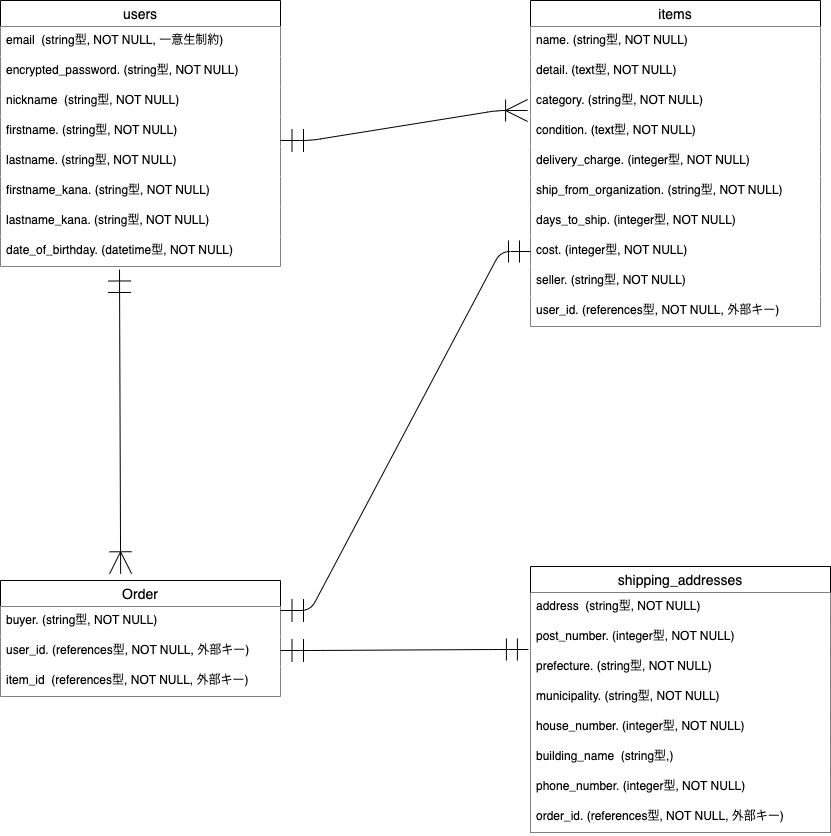
Before: furima.png, a diagram exported from draw.io (konigorikun/furima-39104). Source tidied: cells renumbered, new cells last; positions are measured from the earlier drawing's top-left corner, leaving out a move shared by most shapes. The source it was exported from:
```xml
<mxGraphModel>
  <root>
    <mxCell id="0" />
    <mxCell id="1" parent="0" />
    <mxCell id="2" value="users" style="swimlane;fontStyle=0;horizontal=1;startSize=26;align=center;fontSize=14;" parent="1" vertex="1">
      <mxGeometry width="280" height="266" as="geometry" />
    </mxCell>
    <mxCell id="3" value="email  (string型, NOT NULL, 一意生制約)" style="text;strokeColor=none;fillColor=default;spacingLeft=4;spacingRight=4;overflow=hidden;fontSize=12;" parent="2" vertex="1">
      <mxGeometry y="26" width="280" height="30" as="geometry" />
    </mxCell>
    <mxCell id="4" value="encrypted_password. (string型, NOT NULL)" style="text;strokeColor=none;fillColor=default;spacingLeft=4;spacingRight=4;overflow=hidden;fontSize=12;" parent="2" vertex="1">
      <mxGeometry y="56" width="280" height="30" as="geometry" />
    </mxCell>
    <mxCell id="5" value="nickname  (string型, NOT NULL)" style="text;strokeColor=none;fillColor=default;spacingLeft=4;spacingRight=4;overflow=hidden;fontSize=12;" parent="2" vertex="1">
      <mxGeometry y="86" width="280" height="30" as="geometry" />
    </mxCell>
    <mxCell id="6" value="firstname. (string型, NOT NULL)" style="text;strokeColor=none;fillColor=default;spacingLeft=4;spacingRight=4;overflow=hidden;fontSize=12;" parent="2" vertex="1">
      <mxGeometry y="116" width="280" height="30" as="geometry" />
    </mxCell>
    <mxCell id="7" value="lastname. (string型, NOT NULL)" style="text;strokeColor=none;fillColor=default;spacingLeft=4;spacingRight=4;overflow=hidden;fontSize=12;" parent="2" vertex="1">
      <mxGeometry y="146" width="280" height="30" as="geometry" />
    </mxCell>
    <mxCell id="8" value="firstname_kana. (string型, NOT NULL)" style="text;strokeColor=none;fillColor=default;spacingLeft=4;spacingRight=4;overflow=hidden;fontSize=12;" parent="2" vertex="1">
      <mxGeometry y="176" width="280" height="30" as="geometry" />
    </mxCell>
    <mxCell id="9" value="lastname_kana. (string型, NOT NULL)" style="text;strokeColor=none;fillColor=default;spacingLeft=4;spacingRight=4;overflow=hidden;fontSize=12;" parent="2" vertex="1">
      <mxGeometry y="206" width="280" height="30" as="geometry" />
    </mxCell>
    <mxCell id="10" value="date_of_birthday. (datetime型, NOT NULL)" style="text;strokeColor=none;fillColor=default;spacingLeft=4;spacingRight=4;overflow=hidden;points=[[0,0.5],[1,0.5]];portConstraint=eastwest;fontSize=12;" parent="2" vertex="1">
      <mxGeometry y="236" width="280" height="30" as="geometry" />
    </mxCell>
    <mxCell id="11" value="items" style="swimlane;fontStyle=0;horizontal=1;startSize=26;align=center;fontSize=14;" parent="1" vertex="1">
      <mxGeometry x="530" width="290" height="326" as="geometry" />
    </mxCell>
    <mxCell id="12" value="name. (string型, NOT NULL)" style="text;strokeColor=none;fillColor=default;spacingLeft=4;spacingRight=4;overflow=hidden;fontSize=12;" parent="11" vertex="1">
      <mxGeometry y="26" width="290" height="30" as="geometry" />
    </mxCell>
    <mxCell id="13" value="detail. (text型, NOT NULL)" style="text;strokeColor=none;fillColor=default;spacingLeft=4;spacingRight=4;overflow=hidden;fontSize=12;" parent="11" vertex="1">
      <mxGeometry y="56" width="290" height="30" as="geometry" />
    </mxCell>
    <mxCell id="14" value="category. (string型, NOT NULL)" style="text;strokeColor=none;fillColor=default;spacingLeft=4;spacingRight=4;overflow=hidden;points=[[0,0.5],[1,0.5]];portConstraint=eastwest;fontSize=12;" parent="11" vertex="1">
      <mxGeometry y="86" width="290" height="30" as="geometry" />
    </mxCell>
    <mxCell id="15" value="condition. (text型, NOT NULL)" style="text;strokeColor=none;fillColor=default;spacingLeft=4;spacingRight=4;overflow=hidden;fontSize=12;" parent="11" vertex="1">
      <mxGeometry y="116" width="290" height="30" as="geometry" />
    </mxCell>
    <mxCell id="16" value="delivery_charge. (integer型, NOT NULL)" style="text;strokeColor=none;fillColor=default;spacingLeft=4;spacingRight=4;overflow=hidden;fontSize=12;" parent="11" vertex="1">
      <mxGeometry y="146" width="290" height="30" as="geometry" />
    </mxCell>
    <mxCell id="17" value="ship_from_organization. (string型, NOT NULL)" style="text;strokeColor=none;fillColor=default;spacingLeft=4;spacingRight=4;overflow=hidden;fontSize=12;" parent="11" vertex="1">
      <mxGeometry y="176" width="290" height="30" as="geometry" />
    </mxCell>
    <mxCell id="18" value="days_to_ship. (integer型, NOT NULL)" style="text;strokeColor=none;fillColor=default;spacingLeft=4;spacingRight=4;overflow=hidden;fontSize=12;" parent="11" vertex="1">
      <mxGeometry y="206" width="290" height="30" as="geometry" />
    </mxCell>
    <mxCell id="19" value="cost. (integer型, NOT NULL)" style="text;strokeColor=none;fillColor=default;spacingLeft=4;spacingRight=4;overflow=hidden;points=[[0,0.5],[1,0.5]];portConstraint=eastwest;fontSize=12;" parent="11" vertex="1">
      <mxGeometry y="236" width="290" height="30" as="geometry" />
    </mxCell>
    <mxCell id="20" value="seller. (string型, NOT NULL)" style="text;strokeColor=none;fillColor=default;spacingLeft=4;spacingRight=4;overflow=hidden;fontSize=12;" parent="11" vertex="1">
      <mxGeometry y="266" width="290" height="30" as="geometry" />
    </mxCell>
    <mxCell id="21" value="user_id. (references型, NOT NULL, 外部キー)" style="text;strokeColor=none;fillColor=default;spacingLeft=4;spacingRight=4;overflow=hidden;fontSize=12;" parent="11" vertex="1">
      <mxGeometry y="296" width="290" height="30" as="geometry" />
    </mxCell>
    <mxCell id="22" value="Order" style="swimlane;fontStyle=0;horizontal=1;startSize=26;align=center;fontSize=14;" parent="1" vertex="1">
      <mxGeometry y="580" width="280" height="116" as="geometry" />
    </mxCell>
    <mxCell id="23" value="buyer. (string型, NOT NULL)" style="text;strokeColor=none;fillColor=default;spacingLeft=4;spacingRight=4;overflow=hidden;fontSize=12;" parent="22" vertex="1">
      <mxGeometry y="26" width="280" height="30" as="geometry" />
    </mxCell>
    <mxCell id="24" value="user_id. (references型, NOT NULL, 外部キー)" style="text;strokeColor=none;fillColor=default;spacingLeft=4;spacingRight=4;overflow=hidden;fontSize=12;" parent="22" vertex="1">
      <mxGeometry y="56" width="280" height="30" as="geometry" />
    </mxCell>
    <mxCell id="25" value="item_id  (references型, NOT NULL, 外部キー)" style="text;strokeColor=none;fillColor=default;spacingLeft=4;spacingRight=4;overflow=hidden;fontSize=12;" parent="22" vertex="1">
      <mxGeometry y="86" width="280" height="30" as="geometry" />
    </mxCell>
    <mxCell id="26" value="shipping_addresses" style="swimlane;fontStyle=0;horizontal=1;startSize=26;align=center;fontSize=14;" parent="1" vertex="1">
      <mxGeometry x="530" y="566" width="300" height="266" as="geometry" />
    </mxCell>
    <mxCell id="27" value="address  (string型, NOT NULL)" style="text;strokeColor=none;fillColor=default;spacingLeft=4;spacingRight=4;overflow=hidden;fontSize=12;labelBackgroundColor=none;" parent="26" vertex="1">
      <mxGeometry y="26" width="300" height="30" as="geometry" />
    </mxCell>
    <mxCell id="28" value="post_number. (integer型, NOT NULL)" style="text;strokeColor=none;fillColor=default;spacingLeft=4;spacingRight=4;overflow=hidden;points=[[0,0.5],[1,0.5]];portConstraint=eastwest;fontSize=12;" parent="26" vertex="1">
      <mxGeometry y="56" width="300" height="30" as="geometry" />
    </mxCell>
    <mxCell id="29" value="prefecture. (string型, NOT NULL)" style="text;strokeColor=none;fillColor=default;spacingLeft=4;spacingRight=4;overflow=hidden;fontSize=12;" parent="26" vertex="1">
      <mxGeometry y="86" width="300" height="30" as="geometry" />
    </mxCell>
    <mxCell id="30" value="municipality. (string型, NOT NULL)" style="text;strokeColor=none;fillColor=default;spacingLeft=4;spacingRight=4;overflow=hidden;fontSize=12;" parent="26" vertex="1">
      <mxGeometry y="116" width="300" height="30" as="geometry" />
    </mxCell>
    <mxCell id="31" value="house_number. (integer型, NOT NULL)" style="text;strokeColor=none;fillColor=default;spacingLeft=4;spacingRight=4;overflow=hidden;fontSize=12;" parent="26" vertex="1">
      <mxGeometry y="146" width="300" height="30" as="geometry" />
    </mxCell>
    <mxCell id="32" value="building_name  (string型,)" style="text;strokeColor=none;fillColor=default;spacingLeft=4;spacingRight=4;overflow=hidden;fontSize=12;" parent="26" vertex="1">
      <mxGeometry y="176" width="300" height="30" as="geometry" />
    </mxCell>
    <mxCell id="33" value="phone_number. (integer型, NOT NULL)" style="text;strokeColor=none;fillColor=default;spacingLeft=4;spacingRight=4;overflow=hidden;fontSize=12;" parent="26" vertex="1">
      <mxGeometry y="206" width="300" height="30" as="geometry" />
    </mxCell>
    <mxCell id="34" value="order_id. (references型, NOT NULL, 外部キー)" style="text;strokeColor=none;fillColor=default;spacingLeft=4;spacingRight=4;overflow=hidden;fontSize=12;" parent="26" vertex="1">
      <mxGeometry y="236" width="300" height="30" as="geometry" />
    </mxCell>
    <mxCell id="35" style="edgeStyle=entityRelationEdgeStyle;fontSize=12;html=1;endArrow=ERoneToMany;startArrow=ERmandOne;startSize=21;endSize=20;targetPerimeterSpacing=0;entryX=-0.01;entryY=0.8;entryDx=0;entryDy=0;entryPerimeter=0;" parent="1" edge="1" target="14">
      <mxGeometry relative="1" as="geometry">
        <mxPoint x="280" y="140" as="sourcePoint" />
      </mxGeometry>
    </mxCell>
    <mxCell id="36" style="fontSize=12;html=1;endArrow=ERoneToMany;startArrow=ERmandOne;startSize=21;endSize=20;targetPerimeterSpacing=0;exitX=0.425;exitY=1.1;exitDx=0;exitDy=0;exitPerimeter=0;entryX=0.429;entryY=-0.058;entryDx=0;entryDy=0;entryPerimeter=0;" parent="1" edge="1" source="10" target="22">
      <mxGeometry relative="1" as="geometry" />
    </mxCell>
    <mxCell id="37" style="edgeStyle=entityRelationEdgeStyle;fontSize=12;html=1;endArrow=ERmandOne;startArrow=ERmandOne;startSize=21;endSize=20;targetPerimeterSpacing=0;entryX=0;entryY=0.5;entryDx=0;entryDy=0;" parent="1" edge="1" target="19">
      <mxGeometry relative="1" as="geometry">
        <mxPoint x="280" y="610" as="sourcePoint" />
      </mxGeometry>
    </mxCell>
    <mxCell id="38" style="edgeStyle=entityRelationEdgeStyle;fontSize=12;html=1;endArrow=ERmandOne;startArrow=ERmandOne;startSize=21;endSize=20;targetPerimeterSpacing=0;entryX=-0.007;entryY=0.9;entryDx=0;entryDy=0;entryPerimeter=0;" parent="1" edge="1" target="28">
      <mxGeometry relative="1" as="geometry">
        <mxPoint x="280" y="650" as="sourcePoint" />
      </mxGeometry>
    </mxCell>
  </root>
</mxGraphModel>
```
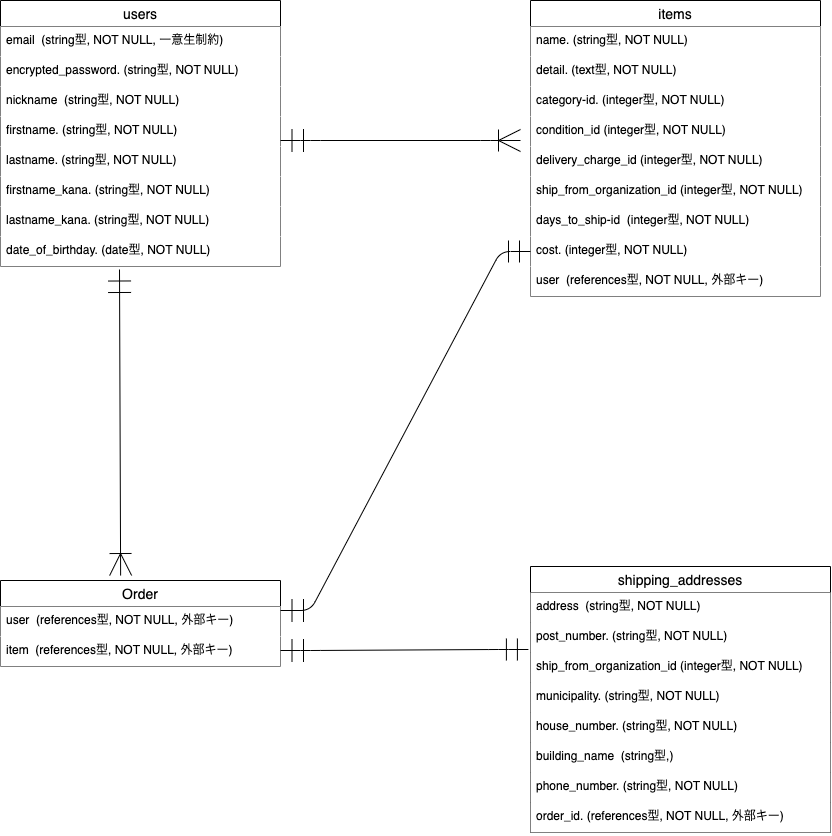
After the change.

Change to the diagram source:
```diff
@@ -26,11 +26,11 @@
     <mxCell id="9" value="lastname_kana. (string型, NOT NULL)" style="text;strokeColor=none;fillColor=default;spacingLeft=4;spacingRight=4;overflow=hidden;fontSize=12;" parent="2" vertex="1">
       <mxGeometry y="206" width="280" height="30" as="geometry" />
     </mxCell>
-    <mxCell id="10" value="date_of_birthday. (datetime型, NOT NULL)" style="text;strokeColor=none;fillColor=default;spacingLeft=4;spacingRight=4;overflow=hidden;points=[[0,0.5],[1,0.5]];portConstraint=eastwest;fontSize=12;" parent="2" vertex="1">
+    <mxCell id="10" value="date_of_birthday. (date型, NOT NULL)" style="text;strokeColor=none;fillColor=default;spacingLeft=4;spacingRight=4;overflow=hidden;points=[[0,0.5],[1,0.5]];portConstraint=eastwest;fontSize=12;" parent="2" vertex="1">
       <mxGeometry y="236" width="280" height="30" as="geometry" />
     </mxCell>
     <mxCell id="11" value="items" style="swimlane;fontStyle=0;horizontal=1;startSize=26;align=center;fontSize=14;" parent="1" vertex="1">
-      <mxGeometry x="530" width="290" height="326" as="geometry" />
+      <mxGeometry x="530" width="290" height="296" as="geometry" />
     </mxCell>
     <mxCell id="12" value="name. (string型, NOT NULL)" style="text;strokeColor=none;fillColor=default;spacingLeft=4;spacingRight=4;overflow=hidden;fontSize=12;" parent="11" vertex="1">
       <mxGeometry y="26" width="290" height="30" as="geometry" />
@@ -38,41 +38,35 @@
     <mxCell id="13" value="detail. (text型, NOT NULL)" style="text;strokeColor=none;fillColor=default;spacingLeft=4;spacingRight=4;overflow=hidden;fontSize=12;" parent="11" vertex="1">
       <mxGeometry y="56" width="290" height="30" as="geometry" />
     </mxCell>
-    <mxCell id="14" value="category. (string型, NOT NULL)" style="text;strokeColor=none;fillColor=default;spacingLeft=4;spacingRight=4;overflow=hidden;points=[[0,0.5],[1,0.5]];portConstraint=eastwest;fontSize=12;" parent="11" vertex="1">
+    <mxCell id="14" value="category-id. (integer型, NOT NULL)" style="text;strokeColor=none;fillColor=default;spacingLeft=4;spacingRight=4;overflow=hidden;points=[[0,0.5],[1,0.5]];portConstraint=eastwest;fontSize=12;" parent="11" vertex="1">
       <mxGeometry y="86" width="290" height="30" as="geometry" />
     </mxCell>
-    <mxCell id="15" value="condition. (text型, NOT NULL)" style="text;strokeColor=none;fillColor=default;spacingLeft=4;spacingRight=4;overflow=hidden;fontSize=12;" parent="11" vertex="1">
+    <mxCell id="15" value="condition_id (integer型, NOT NULL)" style="text;strokeColor=none;fillColor=default;spacingLeft=4;spacingRight=4;overflow=hidden;fontSize=12;" parent="11" vertex="1">
       <mxGeometry y="116" width="290" height="30" as="geometry" />
     </mxCell>
-    <mxCell id="16" value="delivery_charge. (integer型, NOT NULL)" style="text;strokeColor=none;fillColor=default;spacingLeft=4;spacingRight=4;overflow=hidden;fontSize=12;" parent="11" vertex="1">
+    <mxCell id="16" value="delivery_charge_id (integer型, NOT NULL)" style="text;strokeColor=none;fillColor=default;spacingLeft=4;spacingRight=4;overflow=hidden;fontSize=12;" parent="11" vertex="1">
       <mxGeometry y="146" width="290" height="30" as="geometry" />
     </mxCell>
-    <mxCell id="17" value="ship_from_organization. (string型, NOT NULL)" style="text;strokeColor=none;fillColor=default;spacingLeft=4;spacingRight=4;overflow=hidden;fontSize=12;" parent="11" vertex="1">
+    <mxCell id="17" value="ship_from_organization_id (integer型, NOT NULL)" style="text;strokeColor=none;fillColor=default;spacingLeft=4;spacingRight=4;overflow=hidden;fontSize=12;" parent="11" vertex="1">
       <mxGeometry y="176" width="290" height="30" as="geometry" />
     </mxCell>
-    <mxCell id="18" value="days_to_ship. (integer型, NOT NULL)" style="text;strokeColor=none;fillColor=default;spacingLeft=4;spacingRight=4;overflow=hidden;fontSize=12;" parent="11" vertex="1">
+    <mxCell id="18" value="days_to_ship-id  (integer型, NOT NULL)" style="text;strokeColor=none;fillColor=default;spacingLeft=4;spacingRight=4;overflow=hidden;fontSize=12;" parent="11" vertex="1">
       <mxGeometry y="206" width="290" height="30" as="geometry" />
     </mxCell>
     <mxCell id="19" value="cost. (integer型, NOT NULL)" style="text;strokeColor=none;fillColor=default;spacingLeft=4;spacingRight=4;overflow=hidden;points=[[0,0.5],[1,0.5]];portConstraint=eastwest;fontSize=12;" parent="11" vertex="1">
       <mxGeometry y="236" width="290" height="30" as="geometry" />
     </mxCell>
-    <mxCell id="20" value="seller. (string型, NOT NULL)" style="text;strokeColor=none;fillColor=default;spacingLeft=4;spacingRight=4;overflow=hidden;fontSize=12;" parent="11" vertex="1">
-      <mxGeometry y="266" width="290" height="30" as="geometry" />
-    </mxCell>
-    <mxCell id="21" value="user_id. (references型, NOT NULL, 外部キー)" style="text;strokeColor=none;fillColor=default;spacingLeft=4;spacingRight=4;overflow=hidden;fontSize=12;" parent="11" vertex="1">
-      <mxGeometry y="296" width="290" height="30" as="geometry" />
+    <mxCell id="21" value="user  (references型, NOT NULL, 外部キー)" style="text;strokeColor=none;fillColor=default;spacingLeft=4;spacingRight=4;overflow=hidden;fontSize=12;" parent="11" vertex="1">
+      <mxGeometry y="266" width="290" height="30" as="geometry" />
     </mxCell>
     <mxCell id="22" value="Order" style="swimlane;fontStyle=0;horizontal=1;startSize=26;align=center;fontSize=14;" parent="1" vertex="1">
-      <mxGeometry y="580" width="280" height="116" as="geometry" />
+      <mxGeometry y="580" width="280" height="86" as="geometry" />
     </mxCell>
-    <mxCell id="23" value="buyer. (string型, NOT NULL)" style="text;strokeColor=none;fillColor=default;spacingLeft=4;spacingRight=4;overflow=hidden;fontSize=12;" parent="22" vertex="1">
-      <mxGeometry y="26" width="280" height="30" as="geometry" />
-    </mxCell>
-    <mxCell id="24" value="user_id. (references型, NOT NULL, 外部キー)" style="text;strokeColor=none;fillColor=default;spacingLeft=4;spacingRight=4;overflow=hidden;fontSize=12;" parent="22" vertex="1">
-      <mxGeometry y="56" width="280" height="30" as="geometry" />
+    <mxCell id="24" value="user  (references型, NOT NULL, 外部キー)" style="text;strokeColor=none;fillColor=default;spacingLeft=4;spacingRight=4;overflow=hidden;fontSize=12;" parent="22" vertex="1">
+      <mxGeometry y="26" width="280" height="30" as="geometry" />
     </mxCell>
-    <mxCell id="25" value="item_id  (references型, NOT NULL, 外部キー)" style="text;strokeColor=none;fillColor=default;spacingLeft=4;spacingRight=4;overflow=hidden;fontSize=12;" parent="22" vertex="1">
-      <mxGeometry y="86" width="280" height="30" as="geometry" />
+    <mxCell id="25" value="item  (references型, NOT NULL, 外部キー)" style="text;strokeColor=none;fillColor=default;spacingLeft=4;spacingRight=4;overflow=hidden;fontSize=12;" parent="22" vertex="1">
+      <mxGeometry y="56" width="280" height="30" as="geometry" />
     </mxCell>
     <mxCell id="26" value="shipping_addresses" style="swimlane;fontStyle=0;horizontal=1;startSize=26;align=center;fontSize=14;" parent="1" vertex="1">
       <mxGeometry x="530" y="566" width="300" height="266" as="geometry" />
@@ -80,30 +74,31 @@
     <mxCell id="27" value="address  (string型, NOT NULL)" style="text;strokeColor=none;fillColor=default;spacingLeft=4;spacingRight=4;overflow=hidden;fontSize=12;labelBackgroundColor=none;" parent="26" vertex="1">
       <mxGeometry y="26" width="300" height="30" as="geometry" />
     </mxCell>
-    <mxCell id="28" value="post_number. (integer型, NOT NULL)" style="text;strokeColor=none;fillColor=default;spacingLeft=4;spacingRight=4;overflow=hidden;points=[[0,0.5],[1,0.5]];portConstraint=eastwest;fontSize=12;" parent="26" vertex="1">
+    <mxCell id="28" value="post_number. (string型, NOT NULL)" style="text;strokeColor=none;fillColor=default;spacingLeft=4;spacingRight=4;overflow=hidden;points=[[0,0.5],[1,0.5]];portConstraint=eastwest;fontSize=12;" parent="26" vertex="1">
       <mxGeometry y="56" width="300" height="30" as="geometry" />
     </mxCell>
-    <mxCell id="29" value="prefecture. (string型, NOT NULL)" style="text;strokeColor=none;fillColor=default;spacingLeft=4;spacingRight=4;overflow=hidden;fontSize=12;" parent="26" vertex="1">
+    <mxCell id="29" value="ship_from_organization_id (integer型, NOT NULL)" style="text;strokeColor=none;fillColor=default;spacingLeft=4;spacingRight=4;overflow=hidden;fontSize=12;" parent="26" vertex="1">
       <mxGeometry y="86" width="300" height="30" as="geometry" />
     </mxCell>
     <mxCell id="30" value="municipality. (string型, NOT NULL)" style="text;strokeColor=none;fillColor=default;spacingLeft=4;spacingRight=4;overflow=hidden;fontSize=12;" parent="26" vertex="1">
       <mxGeometry y="116" width="300" height="30" as="geometry" />
     </mxCell>
-    <mxCell id="31" value="house_number. (integer型, NOT NULL)" style="text;strokeColor=none;fillColor=default;spacingLeft=4;spacingRight=4;overflow=hidden;fontSize=12;" parent="26" vertex="1">
+    <mxCell id="31" value="house_number. (string型, NOT NULL)" style="text;strokeColor=none;fillColor=default;spacingLeft=4;spacingRight=4;overflow=hidden;fontSize=12;" parent="26" vertex="1">
       <mxGeometry y="146" width="300" height="30" as="geometry" />
     </mxCell>
     <mxCell id="32" value="building_name  (string型,)" style="text;strokeColor=none;fillColor=default;spacingLeft=4;spacingRight=4;overflow=hidden;fontSize=12;" parent="26" vertex="1">
       <mxGeometry y="176" width="300" height="30" as="geometry" />
     </mxCell>
-    <mxCell id="33" value="phone_number. (integer型, NOT NULL)" style="text;strokeColor=none;fillColor=default;spacingLeft=4;spacingRight=4;overflow=hidden;fontSize=12;" parent="26" vertex="1">
+    <mxCell id="33" value="phone_number. (string型, NOT NULL)" style="text;strokeColor=none;fillColor=default;spacingLeft=4;spacingRight=4;overflow=hidden;fontSize=12;" parent="26" vertex="1">
       <mxGeometry y="206" width="300" height="30" as="geometry" />
     </mxCell>
     <mxCell id="34" value="order_id. (references型, NOT NULL, 外部キー)" style="text;strokeColor=none;fillColor=default;spacingLeft=4;spacingRight=4;overflow=hidden;fontSize=12;" parent="26" vertex="1">
       <mxGeometry y="236" width="300" height="30" as="geometry" />
     </mxCell>
-    <mxCell id="35" style="edgeStyle=entityRelationEdgeStyle;fontSize=12;html=1;endArrow=ERoneToMany;startArrow=ERmandOne;startSize=21;endSize=20;targetPerimeterSpacing=0;entryX=-0.01;entryY=0.8;entryDx=0;entryDy=0;entryPerimeter=0;" parent="1" edge="1" target="14">
+    <mxCell id="35" style="edgeStyle=entityRelationEdgeStyle;fontSize=12;html=1;endArrow=ERoneToMany;startArrow=ERmandOne;startSize=21;endSize=20;targetPerimeterSpacing=0;strokeColor=default;" parent="1" edge="1">
       <mxGeometry relative="1" as="geometry">
         <mxPoint x="280" y="140" as="sourcePoint" />
+        <mxPoint x="520" y="140" as="targetPoint" />
       </mxGeometry>
     </mxCell>
     <mxCell id="36" style="fontSize=12;html=1;endArrow=ERoneToMany;startArrow=ERmandOne;startSize=21;endSize=20;targetPerimeterSpacing=0;exitX=0.425;exitY=1.1;exitDx=0;exitDy=0;exitPerimeter=0;entryX=0.429;entryY=-0.058;entryDx=0;entryDy=0;entryPerimeter=0;" parent="1" edge="1" source="10" target="22">
```
